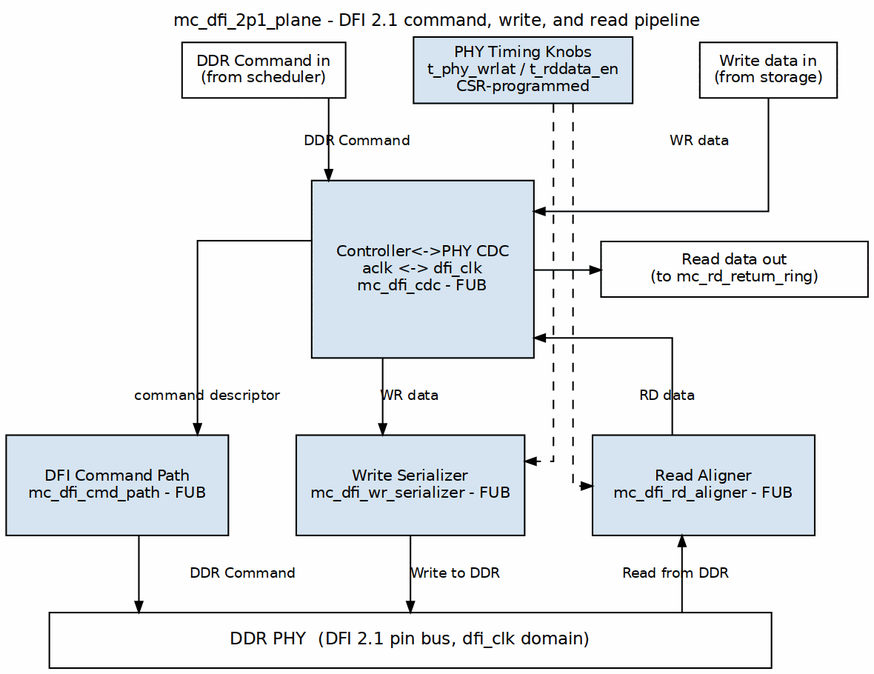
This is projects/components/mem-ctrl-ip/common-ip/docs/common_mas/assets/graphviz/06_mc_dfi_2p1_plane.png from sean-galloway/RTLDesignSherpa, a Graphviz export, as it was before one commit. Its source is kept beside it as projects/components/mem-ctrl-ip/common-ip/docs/common_mas/assets/graphviz/06_mc_dfi_2p1_plane.dot.
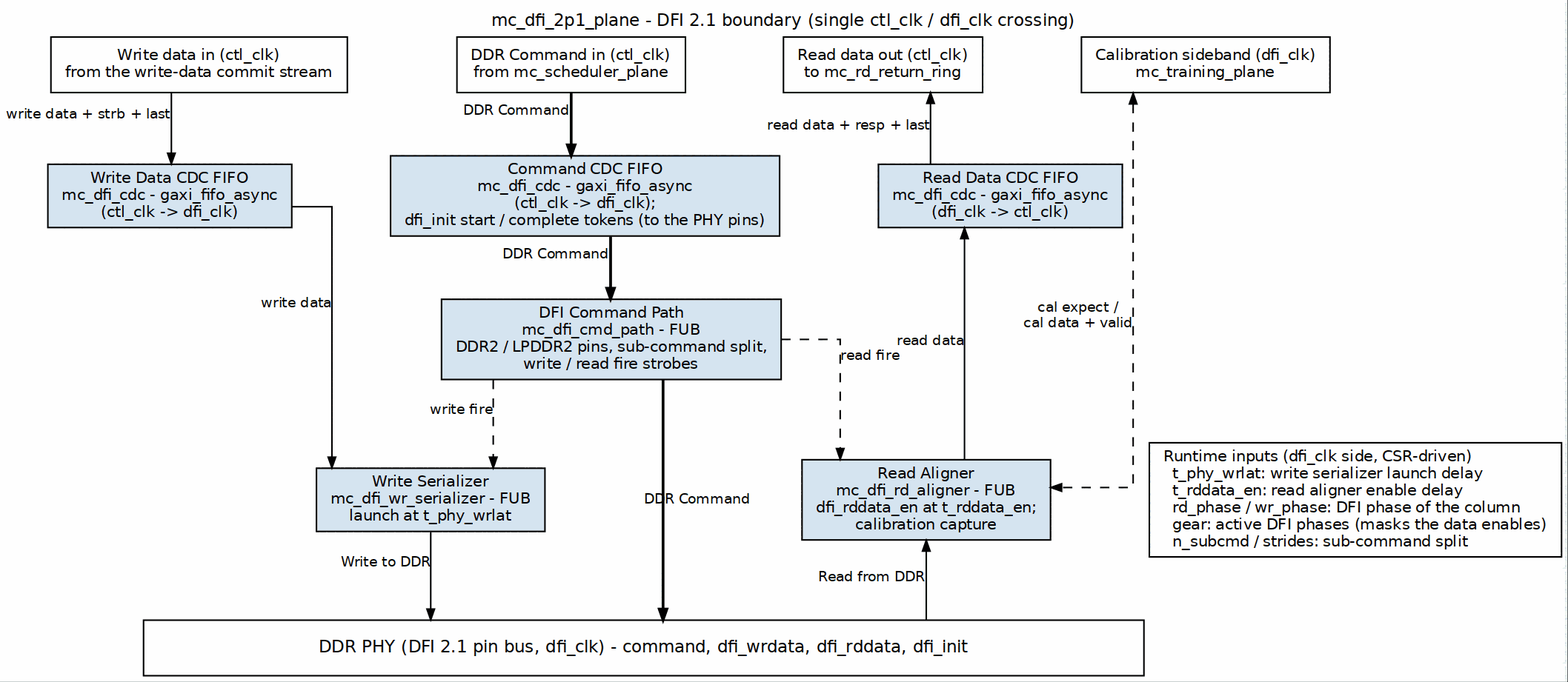
Later version of the same file.

The edit, as a diff of the source:
```diff
@@ -1,53 +1,46 @@
 digraph mc_dfi_2p1_plane {
     graph [rankdir=TB, bgcolor="white", fontname="Helvetica", fontsize=11,
-           nodesep="0.30", ranksep="0.55", splines=ortho,
-           label="mc_dfi_2p1_plane - DFI 2.1 command, write, and read pipeline",
-           labelloc=t, labeljust=c];
+           nodesep="0.45", ranksep="0.55", splines=ortho,
+           label="mc_dfi_2p1_plane - DFI 2.1 boundary (single ctl_clk / dfi_clk crossing)", labelloc=t, labeljust=c];
     node  [fontname="Helvetica", fontsize=10, shape=box, style=filled,
-           fillcolor="#D6E4F0", color="black", margin="0.12,0.07"];
+           fillcolor="#D6E4F0", color="black", margin="0.12,0.06"];
     edge  [fontname="Helvetica", fontsize=9, color="black", arrowsize=0.7];
 
-    cmd_in [label="DDR Command in\n(from scheduler)", fillcolor="white"];
-    wd_in  [label="Write data in\n(from storage)", fillcolor="white"];
-    rd_out [label="Read data out\n(to mc_rd_return_ring)", fillcolor="white", width=2.4];
+    p_wd  [label="Write data in (ctl_clk)\nfrom the write-data commit stream", fillcolor="white"];
+    p_cmd [label="DDR Command in (ctl_clk)\nfrom mc_scheduler_plane", fillcolor="white"];
+    p_rd  [label="Read data out (ctl_clk)\nto mc_rd_return_ring", fillcolor="white"];
+    legend [label="Runtime inputs (dfi_clk side, CSR-driven)\l  t_phy_wrlat: write serializer launch delay\l  t_rddata_en: read aligner enable delay\l  rd_phase / wr_phase: DFI phase of the column\l  gear: active DFI phases (masks the data enables)\l  n_subcmd / strides: sub-command split\l", fillcolor="white"];
 
-    timing [label="PHY Timing Knobs\nt_phy_wrlat / t_rddata_en\nCSR-programmed"];
+    cdc_wd  [label="Write Data CDC FIFO\nmc_dfi_cdc - gaxi_fifo_async\n(ctl_clk -> dfi_clk)"];
+    cdc_cmd [label="Command CDC FIFO\nmc_dfi_cdc - gaxi_fifo_async\n(ctl_clk -> dfi_clk);\ndfi_init start / complete tokens (to the PHY pins)"];
+    cdc_rd  [label="Read Data CDC FIFO\nmc_dfi_cdc - gaxi_fifo_async\n(dfi_clk -> ctl_clk)"];
 
-    cdc [label="Controller<->PHY CDC\naclk <-> dfi_clk\nmc_dfi_cdc - FUB",
-         width=2.0, height=1.6];
-    cmd [label="DFI Command Path\nmc_dfi_cmd_path - FUB",
-         width=2.0, height=0.9];
-    wr  [label="Write Serializer\nmc_dfi_wr_serializer - FUB",
-         width=2.0, height=0.9];
-    rd  [label="Read Aligner\nmc_dfi_rd_aligner - FUB",
-         width=2.0, height=0.9];
+    cmd_path [label="DFI Command Path\nmc_dfi_cmd_path - FUB\nDDR2 / LPDDR2 pins, sub-command split,\nwrite / read fire strobes"];
+    wr_ser   [label="Write Serializer\nmc_dfi_wr_serializer - FUB\nlaunch at t_phy_wrlat"];
+    rd_al    [label="Read Aligner\nmc_dfi_rd_aligner - FUB\ndfi_rddata_en at t_rddata_en;\ncalibration capture"];
+    p_cal [label="Calibration sideband (dfi_clk)\nmc_training_plane", fillcolor="white"];
 
-    phy [label="DDR PHY  (DFI 2.1 pin bus, dfi_clk domain)", fillcolor="white",
-         rank=sink, width=6.5, fontsize=11];
+    bar [label="DDR PHY (DFI 2.1 pin bus, dfi_clk) - command, dfi_wrdata, dfi_rddata, dfi_init", fillcolor="white", width=9, height=0.5, fontsize=11];
 
-    cmd_in -> cdc [label="DDR Command"];
-    wd_in  -> cdc [label="WR data"];
+    p_wd   -> cdc_wd [xlabel="write data + strb + last"];
+    cdc_wd -> wr_ser [xlabel="write data"];
+    wr_ser -> bar    [xlabel="Write to DDR"];
 
-    cdc -> cmd [label="command descriptor"];
-    cdc -> wr  [label="WR data"];
-    rd  -> cdc [label="RD data"];
-    cdc -> rd_out;
+    p_cmd    -> cdc_cmd  [penwidth=1.8, xlabel="DDR Command"];
+    cdc_cmd  -> cmd_path [penwidth=1.8, xlabel="DDR Command"];
+    cmd_path -> bar      [penwidth=1.8, label="DDR Command"];
+    cmd_path -> wr_ser   [style=dashed, xlabel="write fire"];
+    cmd_path -> rd_al    [style=dashed, xlabel="read fire"];
 
-    timing -> wr [style=dashed, constraint=false];
-    timing -> rd [style=dashed, constraint=false];
+    p_rd   -> cdc_rd [dir=back, xlabel="read data + resp + last"];
+    cdc_rd -> rd_al  [dir=back, xlabel="read data"];
+    rd_al  -> bar    [dir=back, xlabel="Read from DDR"];
+    p_cal  -> rd_al  [dir=both, style=dashed, xlabel="cal expect /\ncal data + valid"];
 
-    cmd -> phy [label="DDR Command"];
-    wr  -> phy [label="Write to DDR"];
-    rd  -> phy [dir=back, label="Read from DDR"];
-
-    { rank=same; cmd_in; timing; wd_in; }
-    cmd_in -> timing -> wd_in [style=invis];
-    { rank=same; cdc; rd_out; }
-    { rank=same; cmd; wr; rd; }
-    cmd -> wr -> rd [style=invis];
-    { rank=sink; phy; }
-
-    cdc -> cmd [style=invis];
-    cdc -> wr  [style=invis];
-    cdc -> rd  [style=invis];
+    { rank=same; p_wd; p_cmd; p_rd; p_cal; }
+    { rank=same; cdc_wd; cdc_cmd; cdc_rd;  }
+    { rank=same; wr_ser; rd_al; legend; }
+    p_wd -> p_cmd -> p_rd -> p_cal [style=invis];
+    cdc_wd -> cdc_cmd -> cdc_rd [style=invis];
+    wr_ser -> rd_al -> legend [style=invis];
 }
```
